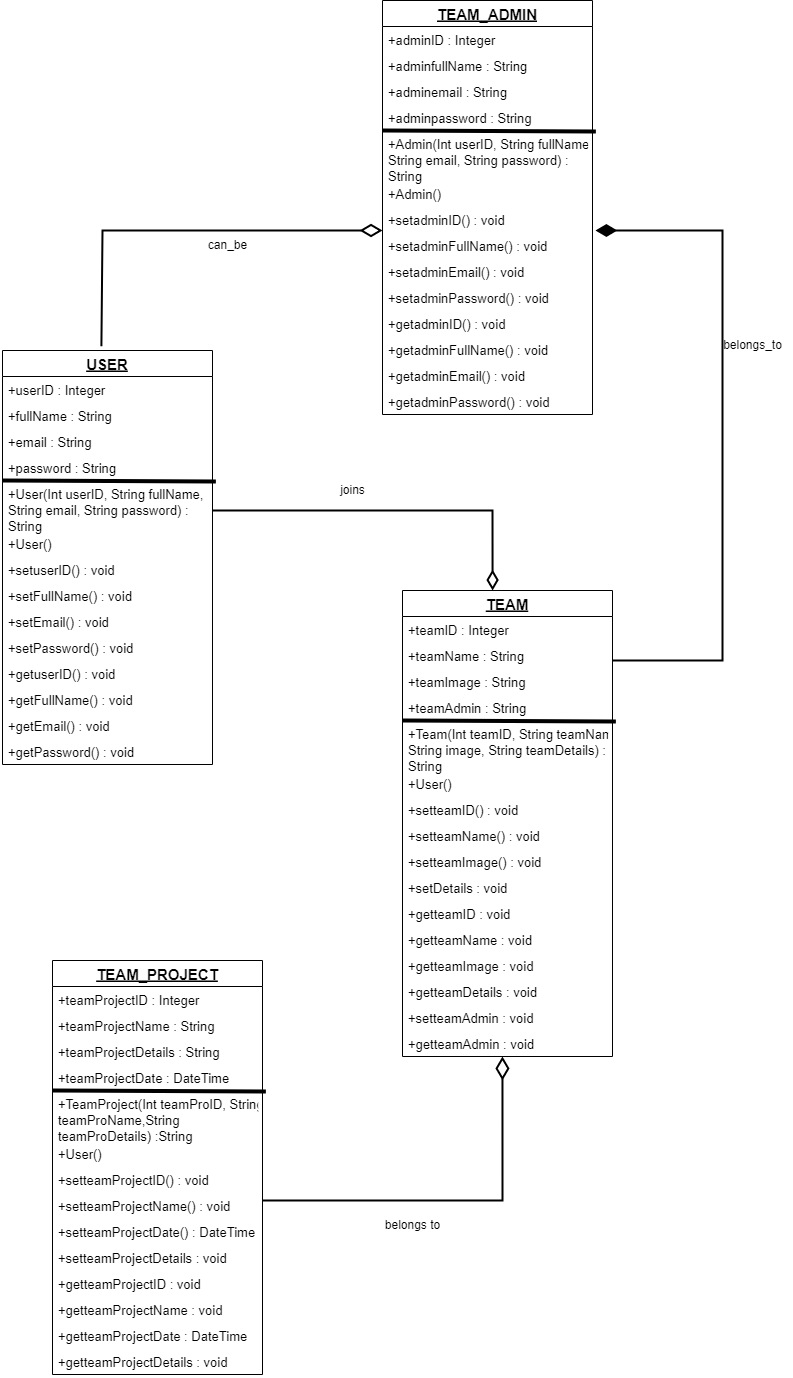
Above: src/Sprint1_UML/UML_Diagrams/Logical View/classDiagram.png in prime734/Software-Organiser (draw.io), before the change. Source tidied: cells renumbered, new cells last; positions are measured from the earlier drawing's top-left corner, leaving out a move shared by most shapes.
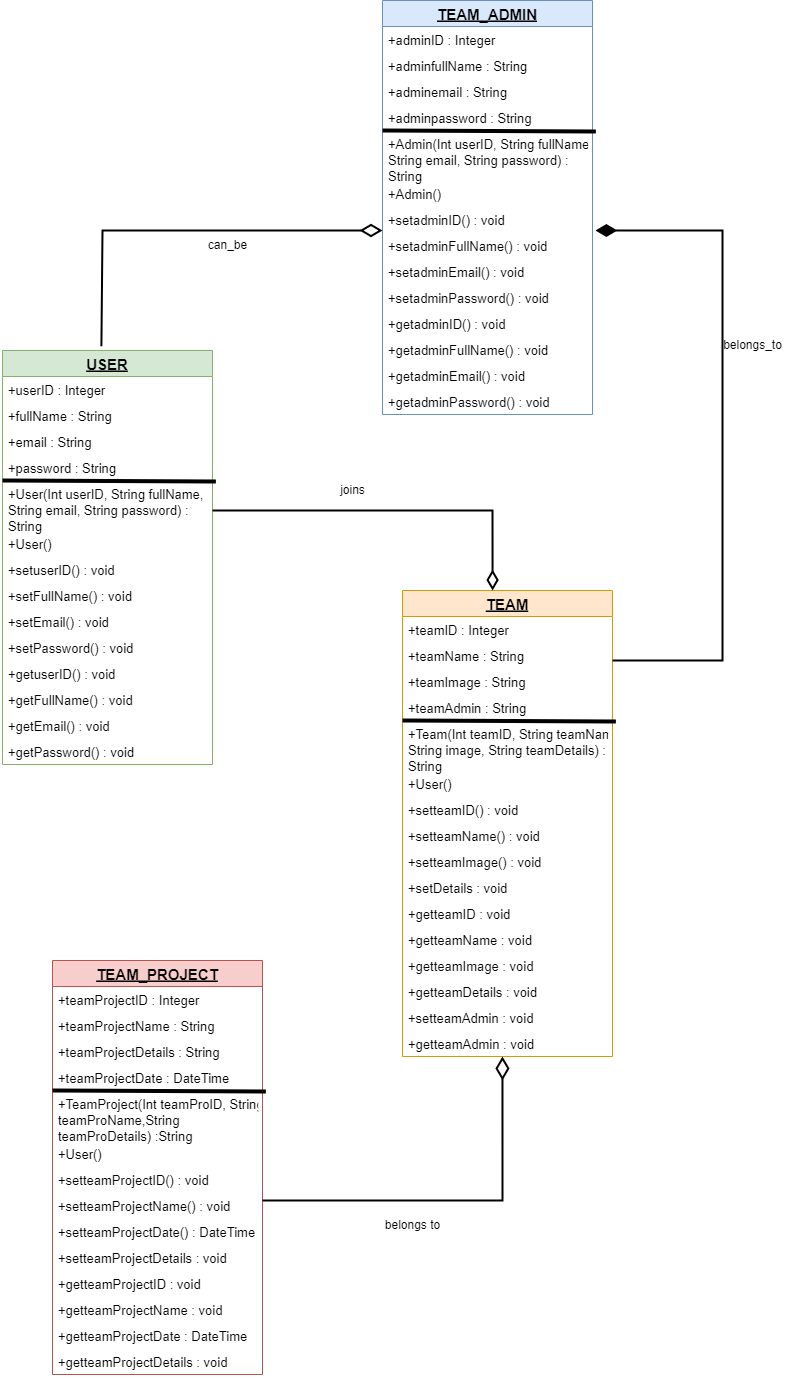
Later version of the same file.

Change to the diagram source:
```diff
@@ -2,7 +2,7 @@
   <root>
     <mxCell id="0" />
     <mxCell id="1" parent="0" />
-    <mxCell id="2" value="USER" style="swimlane;fontStyle=5;horizontal=1;startSize=26;fillColor=none;fontSize=15;" parent="1" vertex="1">
+    <mxCell id="2" value="USER" style="swimlane;fontStyle=5;horizontal=1;startSize=26;fillColor=#d5e8d4;fontSize=15;strokeColor=#82b366;" parent="1" vertex="1">
       <mxGeometry y="350" width="210" height="414" as="geometry" />
     </mxCell>
     <mxCell id="3" value="+userID : Integer " style="text;strokeColor=none;fillColor=none;align=left;verticalAlign=top;spacingLeft=4;spacingRight=4;overflow=hidden;fontSize=13;" parent="2" vertex="1">
@@ -52,7 +52,7 @@
     <mxCell id="17" value="+getPassword() : void" style="text;strokeColor=none;fillColor=none;align=left;verticalAlign=top;spacingLeft=4;spacingRight=4;overflow=hidden;fontSize=13;" parent="2" vertex="1">
       <mxGeometry y="388" width="210" height="26" as="geometry" />
     </mxCell>
-    <mxCell id="18" value="TEAM" style="swimlane;fontStyle=5;horizontal=1;startSize=26;fillColor=none;fontSize=15;" parent="1" vertex="1">
+    <mxCell id="18" value="TEAM" style="swimlane;fontStyle=5;horizontal=1;startSize=26;fillColor=#ffe6cc;fontSize=15;strokeColor=#d79b00;" parent="1" vertex="1">
       <mxGeometry x="400" y="590" width="210" height="466" as="geometry" />
     </mxCell>
     <mxCell id="19" value="+teamID : Integer " style="text;strokeColor=none;fillColor=none;align=left;verticalAlign=top;spacingLeft=4;spacingRight=4;overflow=hidden;fontSize=13;" parent="18" vertex="1">
@@ -119,7 +119,7 @@
     <mxCell id="37" value="&lt;font style=&quot;font-size: 12px;&quot;&gt;joins&lt;/font&gt;" style="text;html=1;align=center;verticalAlign=middle;fillColor=none;strokeColor=none;rounded=0;fontSize=6;" parent="1" vertex="1">
       <mxGeometry x="325" y="475" width="50" height="30" as="geometry" />
     </mxCell>
-    <mxCell id="38" value="TEAM_PROJECT" style="swimlane;fontStyle=5;horizontal=1;startSize=26;fillColor=none;fontSize=15;" parent="1" vertex="1">
+    <mxCell id="38" value="TEAM_PROJECT" style="swimlane;fontStyle=5;horizontal=1;startSize=26;fillColor=#f8cecc;fontSize=15;strokeColor=#b85450;" parent="1" vertex="1">
       <mxGeometry x="50" y="960" width="210" height="414" as="geometry" />
     </mxCell>
     <mxCell id="39" value="+teamProjectID : Integer " style="text;strokeColor=none;fillColor=none;align=left;verticalAlign=top;spacingLeft=4;spacingRight=4;overflow=hidden;fontSize=13;" parent="38" vertex="1">
@@ -180,7 +180,7 @@
     <mxCell id="55" value="&lt;font style=&quot;font-size: 12px;&quot;&gt;belongs to&lt;/font&gt;" style="text;html=1;align=center;verticalAlign=middle;fillColor=none;strokeColor=none;rounded=0;fontSize=6;" parent="1" vertex="1">
       <mxGeometry x="370" y="1210" width="80" height="30" as="geometry" />
     </mxCell>
-    <mxCell id="56" value="TEAM_ADMIN" style="swimlane;fontStyle=5;horizontal=1;startSize=26;fillColor=none;fontSize=15;" parent="1" vertex="1">
+    <mxCell id="56" value="TEAM_ADMIN" style="swimlane;fontStyle=5;horizontal=1;startSize=26;fillColor=#dae8fc;fontSize=15;strokeColor=#6c8ebf;" parent="1" vertex="1">
       <mxGeometry x="380" width="210" height="414" as="geometry" />
     </mxCell>
     <mxCell id="57" value="+adminID : Integer " style="text;strokeColor=none;fillColor=none;align=left;verticalAlign=top;spacingLeft=4;spacingRight=4;overflow=hidden;fontSize=13;" parent="56" vertex="1">
```
